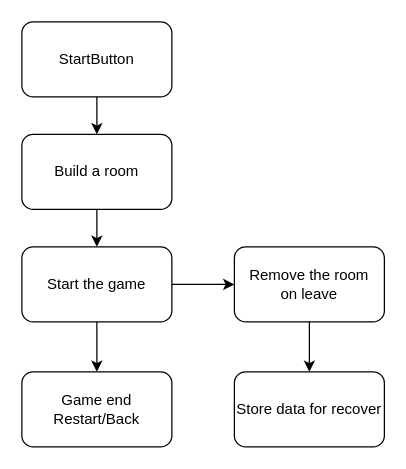
Before: draw.drawio in ck053/startpay-test, a draw.io diagram. Source tidied: cells renumbered, new cells numbered last; positions are measured from the earlier drawing's top-left corner, leaving out a move shared by most shapes. Both pictures are drawn from the tidied source at 125%, with x=0, y=0 at pixel (21, 21).
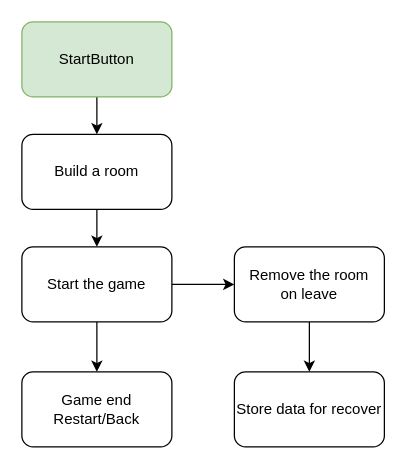
Above is the later version.

What changed in the source:
```diff
@@
 <mxGraphModel>
   <root>
     <mxCell id="0" />
     <mxCell id="1" parent="0" />
     <mxCell id="2" style="edgeStyle=none;html=1;" parent="1" edge="1" source="3" target="5">
       <mxGeometry relative="1" as="geometry" />
     </mxCell>
-    <mxCell id="3" value="StartButton" style="rounded=1;whiteSpace=wrap;html=1;" parent="1" vertex="1">
+    <mxCell id="3" value="StartButton" style="rounded=1;whiteSpace=wrap;html=1;fillColor=#d5e8d4;strokeColor=#82b366;" parent="1" vertex="1">
       <mxGeometry width="120" height="60" as="geometry" />
     </mxCell>
     <mxCell id="4" style="edgeStyle=none;html=1;" parent="1" edge="1" source="5" target="8">
       <mxGeometry relative="1" as="geometry" />
     </mxCell>
     <mxCell id="5" value="Build a room" style="whiteSpace=wrap;html=1;rounded=1;" parent="1" vertex="1">
       <mxGeometry y="90" width="120" height="60" as="geometry" />
     </mxCell>
     <mxCell id="6" style="edgeStyle=none;html=1;" parent="1" edge="1" source="8" target="10">
       <mxGeometry relative="1" as="geometry" />
     </mxCell>
     <mxCell id="7" style="edgeStyle=none;html=1;" parent="1" edge="1" source="8" target="12">
       <mxGeometry relative="1" as="geometry" />
     </mxCell>
     <mxCell id="8" value="Start the game" style="whiteSpace=wrap;html=1;rounded=1;" parent="1" vertex="1">
       <mxGeometry y="180" width="120" height="60" as="geometry" />
     </mxCell>
     <mxCell id="9" style="edgeStyle=none;html=1;" parent="1" edge="1" source="10" target="11">
       <mxGeometry relative="1" as="geometry" />
     </mxCell>
     <mxCell id="10" value="Remove the room&lt;div&gt;on leave&lt;/div&gt;" style="whiteSpace=wrap;html=1;rounded=1;" parent="1" vertex="1">
       <mxGeometry x="170" y="180" width="120" height="60" as="geometry" />
     </mxCell>
     <mxCell id="11" value="Store data for recover" style="whiteSpace=wrap;html=1;rounded=1;" parent="1" vertex="1">
       <mxGeometry x="170" y="280" width="120" height="60" as="geometry" />
     </mxCell>
     <mxCell id="12" value="Game end&lt;div&gt;Restart/Back&lt;/div&gt;" style="whiteSpace=wrap;html=1;rounded=1;" parent="1" vertex="1">
       <mxGeometry y="280" width="120" height="60" as="geometry" />
     </mxCell>
   </root>
 </mxGraphModel>
```
